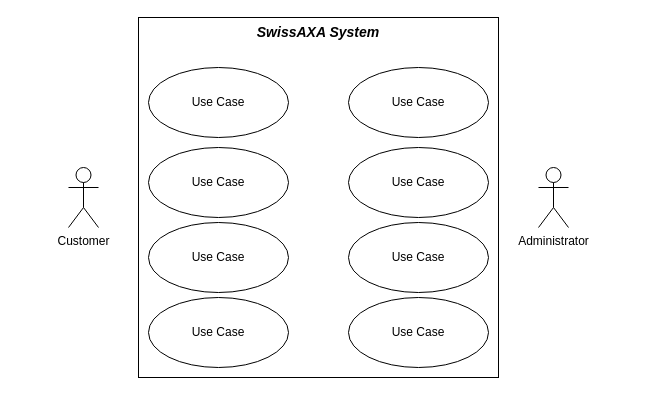
The draw.io diagram Project - Agile Software Engineering Diagram 3.drawio in Matasem-h/SimpleFlowcharts, before the edit. Source tidied: cells renumbered, new cells numbered last; positions are measured from the earlier drawing's top-left corner, leaving out a move shared by most shapes. Both pictures are drawn from the tidied source at 100%, with x=0, y=0 at pixel (68, 17).
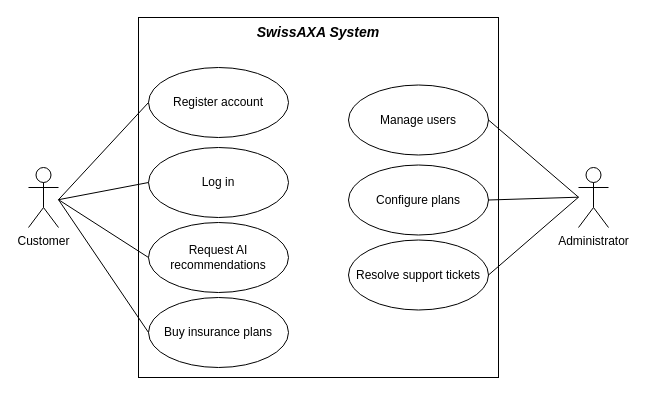
Above is the later version.

Change to the diagram source:
```diff
@@
     <mxCell id="3" value="Customer" style="shape=umlActor;verticalLabelPosition=bottom;verticalAlign=top;html=1;" parent="1" vertex="1">
-      <mxGeometry y="150" width="30" height="60" as="geometry" />
+      <mxGeometry x="-40" y="150" width="30" height="60" as="geometry" />
     </mxCell>
     <mxCell id="4" value="Administrator" style="shape=umlActor;verticalLabelPosition=bottom;verticalAlign=top;html=1;" parent="1" vertex="1">
-      <mxGeometry x="470" y="150" width="30" height="60" as="geometry" />
+      <mxGeometry x="510" y="150" width="30" height="60" as="geometry" />
     </mxCell>
-    <mxCell id="5" value="Use Case" style="ellipse;whiteSpace=wrap;html=1;" parent="1" vertex="1">
+    <mxCell id="5" value="Register account" style="ellipse;whiteSpace=wrap;html=1;" parent="1" vertex="1">
       <mxGeometry x="80" y="50" width="140" height="70" as="geometry" />
     </mxCell>
-    <mxCell id="6" value="Use Case" style="ellipse;whiteSpace=wrap;html=1;" parent="1" vertex="1">
-      <mxGeometry x="280" y="50" width="140" height="70" as="geometry" />
+    <mxCell id="6" value="Manage users" style="ellipse;whiteSpace=wrap;html=1;" parent="1" vertex="1">
+      <mxGeometry x="280" y="67.5" width="140" height="70" as="geometry" />
     </mxCell>
-    <mxCell id="7" value="Use Case" style="ellipse;whiteSpace=wrap;html=1;" parent="1" vertex="1">
+    <mxCell id="7" value="Log in" style="ellipse;whiteSpace=wrap;html=1;" parent="1" vertex="1">
       <mxGeometry x="80" y="130" width="140" height="70" as="geometry" />
     </mxCell>
-    <mxCell id="8" value="Use Case" style="ellipse;whiteSpace=wrap;html=1;" parent="1" vertex="1">
-      <mxGeometry x="280" y="130" width="140" height="70" as="geometry" />
+    <mxCell id="8" value="Configure plans" style="ellipse;whiteSpace=wrap;html=1;" parent="1" vertex="1">
+      <mxGeometry x="280" y="147.5" width="140" height="70" as="geometry" />
     </mxCell>
-    <mxCell id="9" value="Use Case" style="ellipse;whiteSpace=wrap;html=1;" parent="1" vertex="1">
+    <mxCell id="9" value="Request AI recommendations" style="ellipse;whiteSpace=wrap;html=1;" parent="1" vertex="1">
       <mxGeometry x="80" y="205" width="140" height="70" as="geometry" />
     </mxCell>
-    <mxCell id="10" value="Use Case" style="ellipse;whiteSpace=wrap;html=1;" parent="1" vertex="1">
-      <mxGeometry x="280" y="205" width="140" height="70" as="geometry" />
+    <mxCell id="10" value="Resolve support tickets" style="ellipse;whiteSpace=wrap;html=1;" parent="1" vertex="1">
+      <mxGeometry x="280" y="222.5" width="140" height="70" as="geometry" />
     </mxCell>
-    <mxCell id="11" value="Use Case" style="ellipse;whiteSpace=wrap;html=1;" parent="1" vertex="1">
+    <mxCell id="11" value="Buy insurance plans" style="ellipse;whiteSpace=wrap;html=1;" parent="1" vertex="1">
       <mxGeometry x="80" y="280" width="140" height="70" as="geometry" />
     </mxCell>
-    <mxCell id="12" value="Use Case" style="ellipse;whiteSpace=wrap;html=1;" parent="1" vertex="1">
-      <mxGeometry x="280" y="280" width="140" height="70" as="geometry" />
-    </mxCell>
+    <mxCell id="13" style="endArrow=none;html=1;rounded=0;entryX=0;entryY=0.5;entryDx=0;entryDy=0;" parent="1" edge="1" target="7">
+      <mxGeometry relative="1" as="geometry">
+        <mxPoint x="-10" y="182.2" as="sourcePoint" />
+      </mxGeometry>
+    </mxCell>
+    <mxCell id="14" style="endArrow=none;html=1;rounded=0;exitX=1;exitY=0.5;exitDx=0;exitDy=0;" parent="1" edge="1" source="8">
+      <mxGeometry relative="1" as="geometry">
+        <mxPoint x="510" y="179.7" as="targetPoint" />
+      </mxGeometry>
+    </mxCell>
+    <mxCell id="15" style="endArrow=none;html=1;rounded=0;entryX=0;entryY=0.5;entryDx=0;entryDy=0;" parent="1" edge="1" target="5">
+      <mxGeometry relative="1" as="geometry">
+        <mxPoint x="-10" y="182.2" as="sourcePoint" />
+      </mxGeometry>
+    </mxCell>
+    <mxCell id="16" style="endArrow=none;html=1;rounded=0;exitX=1;exitY=0.5;exitDx=0;exitDy=0;" parent="1" edge="1" source="10">
+      <mxGeometry relative="1" as="geometry">
+        <mxPoint x="510" y="179.7" as="targetPoint" />
+      </mxGeometry>
+    </mxCell>
+    <mxCell id="17" style="endArrow=none;html=1;rounded=0;entryX=0;entryY=0.5;entryDx=0;entryDy=0;" parent="1" edge="1" target="9">
+      <mxGeometry relative="1" as="geometry">
+        <mxPoint x="-10" y="182.2" as="sourcePoint" />
+      </mxGeometry>
+    </mxCell>
+    <mxCell id="18" style="endArrow=none;html=1;rounded=0;entryX=0;entryY=0.5;entryDx=0;entryDy=0;" parent="1" edge="1" target="11">
+      <mxGeometry relative="1" as="geometry">
+        <mxPoint x="-10" y="182.2" as="sourcePoint" />
+      </mxGeometry>
+    </mxCell>
+    <mxCell id="19" style="endArrow=none;html=1;rounded=0;exitX=1;exitY=0.5;exitDx=0;exitDy=0;" parent="1" edge="1" source="6">
+      <mxGeometry relative="1" as="geometry">
+        <mxPoint x="510" y="179.7" as="targetPoint" />
+      </mxGeometry>
+    </mxCell>
```
